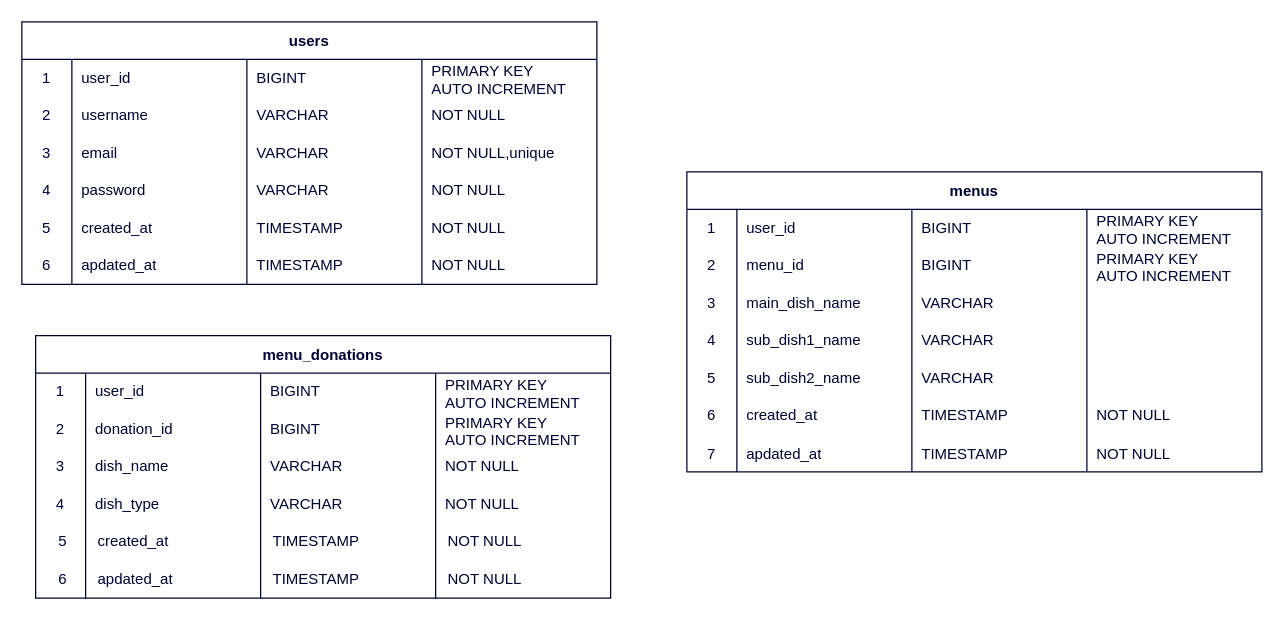
The draw.io diagram kondate_portfolio/db.dio in Some558/kondate_0911, before the edit. Source tidied: cells renumbered, new cells numbered last; positions are measured from the earlier drawing's top-left corner, leaving out a move shared by most shapes. Both pictures are drawn from the tidied source at 125%, with x=0, y=0 at pixel (21, 21).
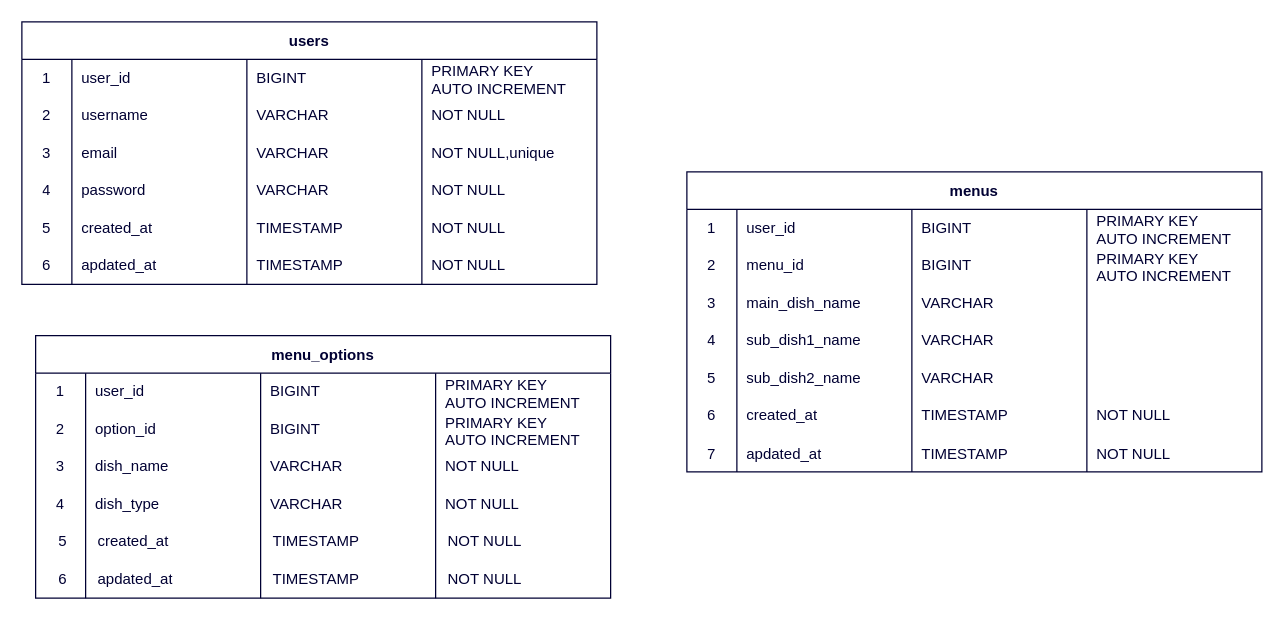
Above is the later version.

Unchanged cells that the change refers to:
```xml
<mxCell id="39" style="shape=tableRow;horizontal=0;startSize=0;swimlaneHead=0;swimlaneBody=0;top=0;left=0;bottom=0;right=0;fillColor=none;shadow=0;labelBackgroundColor=none;labelBorderColor=none;sketch=0;fillStyle=auto;strokeColor=#000033;strokeWidth=1;fontColor=#000033;" parent="33" vertex="1">
  <mxGeometry y="60" width="460" height="30" as="geometry" />
</mxCell>
```

What changed in the source:
```diff
@@
-    <mxCell id="33" value="menu_donations" style="shape=table;startSize=30;childLayout=tableLayout;rowLines=0;fontStyle=1;shadow=0;labelBackgroundColor=none;labelBorderColor=none;sketch=0;fillStyle=auto;strokeColor=#000033;strokeWidth=1;fontColor=#000033;fillColor=none;" parent="1" vertex="1">
+    <mxCell id="33" value="menu_options" style="shape=table;startSize=30;childLayout=tableLayout;rowLines=0;fontStyle=1;shadow=0;labelBackgroundColor=none;labelBorderColor=none;sketch=0;fillStyle=auto;strokeColor=#000033;strokeWidth=1;fontColor=#000033;fillColor=none;" parent="1" vertex="1">
       <mxGeometry x="11" y="251" width="460" height="210" as="geometry" />
     </mxCell>
@@
-    <mxCell id="41" value="donation_id" style="shape=partialRectangle;html=1;whiteSpace=wrap;fillColor=none;top=0;left=0;bottom=0;right=0;align=left;spacingLeft=6;overflow=hidden;shadow=0;labelBackgroundColor=none;labelBorderColor=none;sketch=0;fillStyle=auto;strokeColor=#000033;strokeWidth=1;fontColor=#000033;" parent="39" vertex="1">
+    <mxCell id="41" value="option_id" style="shape=partialRectangle;html=1;whiteSpace=wrap;fillColor=none;top=0;left=0;bottom=0;right=0;align=left;spacingLeft=6;overflow=hidden;shadow=0;labelBackgroundColor=none;labelBorderColor=none;sketch=0;fillStyle=auto;strokeColor=#000033;strokeWidth=1;fontColor=#000033;" parent="39" vertex="1">
       <mxGeometry x="40" width="140" height="30" as="geometry" />
     </mxCell>
```
